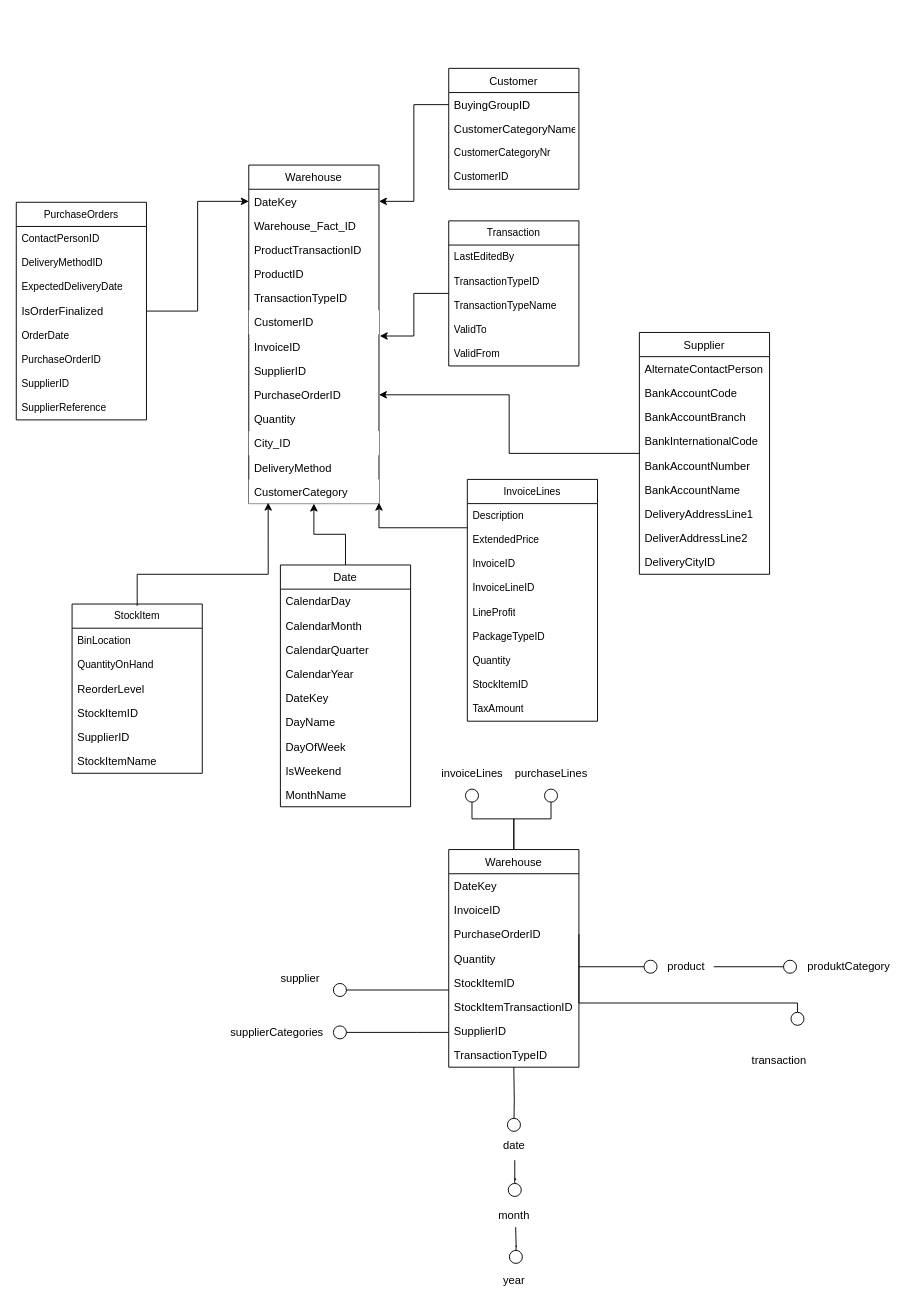
Lukas313/PR-DKE keeps this draw.io diagram as page "Lagerhaltung" (5 of 7) of Datenbankmodell_Abgabe_neu.drawio. Above is the earlier version. Source tidied: cells renumbered, new cells numbered last; positions are measured from the earlier drawing's top-left corner, leaving out a move shared by most shapes. Both pictures are drawn from the tidied source at 93%, with x=0, y=0 at pixel (16, 68).
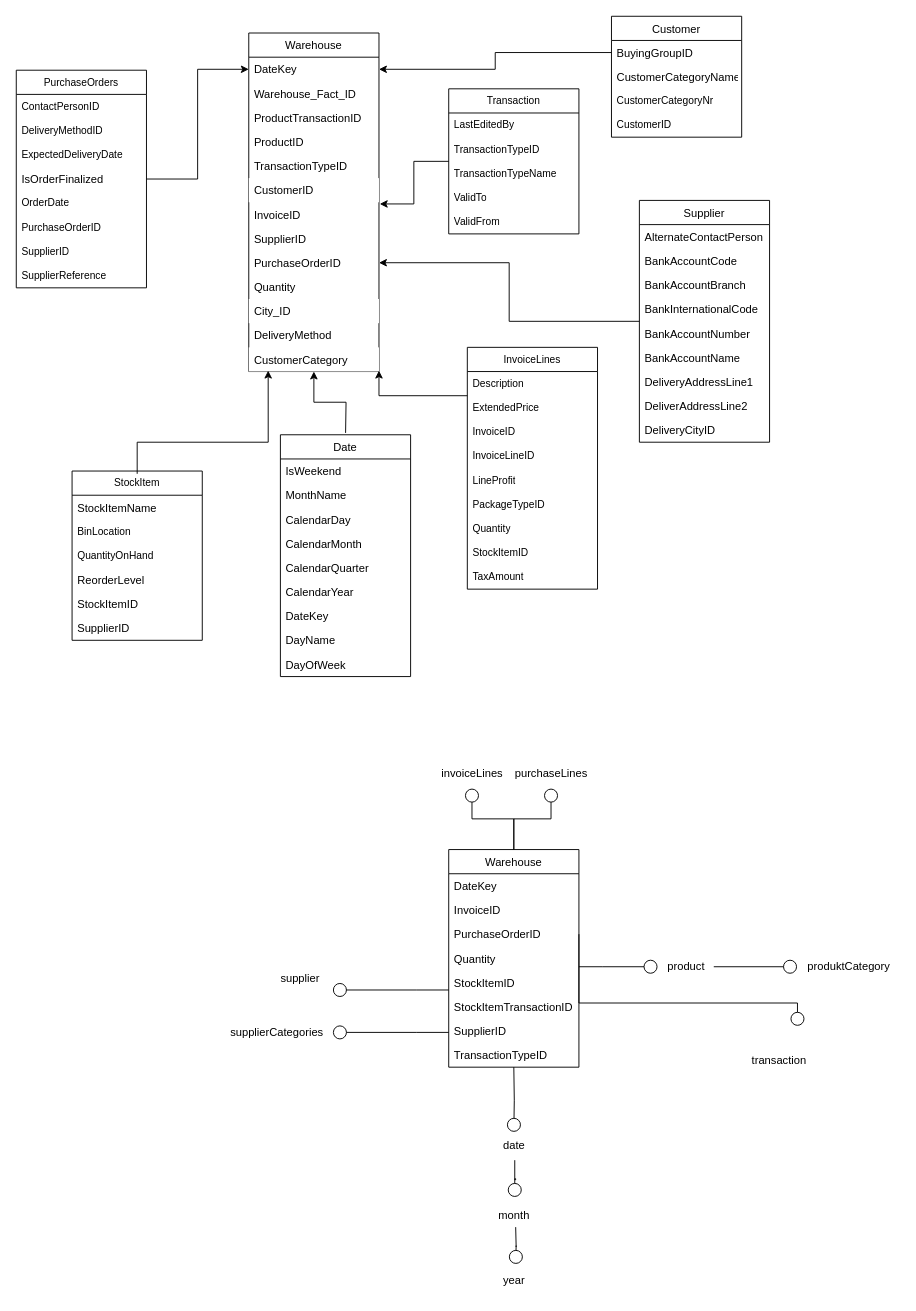
Above is the later version.

The change refers to these unchanged cells:
```xml
<mxCell id="20" value="CustomerCategory" style="text;strokeColor=none;fillColor=#FFFFFF;align=left;verticalAlign=top;spacingLeft=4;spacingRight=4;overflow=hidden;points=[[0,0.5],[1,0.5]];portConstraint=eastwest;" parent="7" vertex="1">
  <mxGeometry y="338" width="140" height="26" as="geometry" />
</mxCell>
```

What changed in the source:
```diff
@@
     <mxCell id="2" value="Customer" style="swimlane;fontStyle=0;horizontal=1;startSize=26;fillColor=none;" parent="1" vertex="1">
-      <mxGeometry x="465" width="140" height="130" as="geometry" />
+      <mxGeometry x="640" y="-56" width="140" height="130" as="geometry" />
     </mxCell>
@@
     <mxCell id="7" value="Warehouse" style="swimlane;fontStyle=0;horizontal=1;startSize=26;fillColor=none;" parent="1" vertex="1">
-      <mxGeometry x="250" y="104" width="140" height="364" as="geometry" />
+      <mxGeometry x="250" y="-38" width="140" height="364" as="geometry" />
     </mxCell>
@@
     <mxCell id="48" value="Transaction" style="swimlane;fontStyle=0;horizontal=1;startSize=26;fillColor=none;whiteSpace=wrap;html=1;fontFamily=Helvetica;fontSize=11;fontColor=default;" parent="1" vertex="1">
-      <mxGeometry x="465" y="164" width="140" height="156" as="geometry" />
+      <mxGeometry x="465" y="22" width="140" height="156" as="geometry" />
     </mxCell>
@@
     <mxCell id="55" value="PurchaseOrders" style="swimlane;fontStyle=0;horizontal=1;startSize=26;fillColor=none;whiteSpace=wrap;html=1;fontFamily=Helvetica;fontSize=11;fontColor=default;" parent="1" vertex="1">
-      <mxGeometry y="144" width="140" height="234" as="geometry" />
+      <mxGeometry y="2" width="140" height="234" as="geometry" />
     </mxCell>
@@
     <mxCell id="64" value="InvoiceLines" style="swimlane;fontStyle=0;horizontal=1;startSize=26;fillColor=none;whiteSpace=wrap;html=1;fontFamily=Helvetica;fontSize=11;fontColor=default;" parent="1" vertex="1">
-      <mxGeometry x="485" y="442" width="140" height="260" as="geometry" />
+      <mxGeometry x="485" y="300" width="140" height="260" as="geometry" />
     </mxCell>
@@
     <mxCell id="76" style="edgeStyle=orthogonalEdgeStyle;shape=connector;rounded=0;jettySize=auto;html=1;entryX=1;entryY=0.962;entryDx=0;entryDy=0;entryPerimeter=0;labelBackgroundColor=default;strokeColor=default;align=center;verticalAlign=middle;fontFamily=Helvetica;fontSize=11;fontColor=default;endArrow=classic;" parent="1" edge="1" source="64" target="20">
       <mxGeometry relative="1" as="geometry">
         <Array as="points">
-          <mxPoint x="390" y="494" />
+          <mxPoint x="390" y="352" />
         </Array>
       </mxGeometry>
     </mxCell>
     <mxCell id="77" style="edgeStyle=orthogonalEdgeStyle;shape=connector;rounded=0;jettySize=auto;html=1;entryX=0.149;entryY=0.962;entryDx=0;entryDy=0;entryPerimeter=0;labelBackgroundColor=default;strokeColor=default;align=center;verticalAlign=middle;fontFamily=Helvetica;fontSize=11;fontColor=default;endArrow=classic;" parent="1" edge="1" target="20">
       <mxGeometry relative="1" as="geometry">
-        <mxPoint x="130" y="578" as="sourcePoint" />
+        <mxPoint x="130" y="436" as="sourcePoint" />
         <Array as="points">
-          <mxPoint x="130" y="544" />
-          <mxPoint x="271" y="544" />
+          <mxPoint x="130" y="402" />
+          <mxPoint x="271" y="402" />
         </Array>
       </mxGeometry>
     </mxCell>
@@
-    <mxCell id="80" style="edgeStyle=orthogonalEdgeStyle;rounded=0;jettySize=auto;html=1;entryX=0.5;entryY=1;entryDx=0;entryDy=0;" parent="1" edge="1" source="81" target="7">
-      <mxGeometry relative="1" as="geometry" />
+    <mxCell id="80" style="edgeStyle=orthogonalEdgeStyle;rounded=0;jettySize=auto;html=1;entryX=0.5;entryY=1;entryDx=0;entryDy=0;" parent="1" edge="1" target="7">
+      <mxGeometry relative="1" as="geometry">
+        <mxPoint x="354.1" y="392" as="sourcePoint" />
+      </mxGeometry>
     </mxCell>
     <mxCell id="81" value="Date" style="swimlane;fontStyle=0;horizontal=1;startSize=26;fillColor=none;" parent="1" vertex="1">
-      <mxGeometry x="284" y="534" width="140" height="260" as="geometry" />
+      <mxGeometry x="284" y="394" width="140" height="260" as="geometry" />
     </mxCell>
+    <mxCell id="89" value="IsWeekend" style="text;strokeColor=none;fillColor=none;align=left;verticalAlign=top;spacingLeft=4;spacingRight=4;overflow=hidden;" parent="81" vertex="1">
+      <mxGeometry y="26" width="140" height="26" as="geometry" />
+    </mxCell>
+    <mxCell id="90" value="MonthName" style="text;strokeColor=none;fillColor=none;align=left;verticalAlign=top;spacingLeft=4;spacingRight=4;overflow=hidden;" parent="81" vertex="1">
+      <mxGeometry y="52" width="140" height="26" as="geometry" />
+    </mxCell>
     <mxCell id="82" value="CalendarDay" style="text;strokeColor=none;fillColor=none;align=left;verticalAlign=top;spacingLeft=4;spacingRight=4;overflow=hidden;" parent="81" vertex="1">
-      <mxGeometry y="26" width="140" height="26" as="geometry" />
+      <mxGeometry y="78" width="140" height="26" as="geometry" />
     </mxCell>
     <mxCell id="83" value="CalendarMonth" style="text;strokeColor=none;fillColor=none;align=left;verticalAlign=top;spacingLeft=4;spacingRight=4;overflow=hidden;" parent="81" vertex="1">
-      <mxGeometry y="52" width="140" height="26" as="geometry" />
+      <mxGeometry y="104" width="140" height="26" as="geometry" />
     </mxCell>
     <mxCell id="84" value="CalendarQuarter" style="text;strokeColor=none;fillColor=none;align=left;verticalAlign=top;spacingLeft=4;spacingRight=4;overflow=hidden;" parent="81" vertex="1">
-      <mxGeometry y="78" width="140" height="26" as="geometry" />
+      <mxGeometry y="130" width="140" height="26" as="geometry" />
     </mxCell>
     <mxCell id="85" value="CalendarYear" style="text;strokeColor=none;fillColor=none;align=left;verticalAlign=top;spacingLeft=4;spacingRight=4;overflow=hidden;" parent="81" vertex="1">
-      <mxGeometry y="104" width="140" height="26" as="geometry" />
+      <mxGeometry y="156" width="140" height="26" as="geometry" />
     </mxCell>
     <mxCell id="86" value="DateKey" style="text;strokeColor=none;fillColor=none;align=left;verticalAlign=top;spacingLeft=4;spacingRight=4;overflow=hidden;" parent="81" vertex="1">
-      <mxGeometry y="130" width="140" height="26" as="geometry" />
+      <mxGeometry y="182" width="140" height="26" as="geometry" />
     </mxCell>
     <mxCell id="87" value="DayName" style="text;strokeColor=none;fillColor=none;align=left;verticalAlign=top;spacingLeft=4;spacingRight=4;overflow=hidden;" parent="81" vertex="1">
-      <mxGeometry y="156" width="140" height="26" as="geometry" />
+      <mxGeometry y="208" width="140" height="26" as="geometry" />
     </mxCell>
     <mxCell id="88" value="DayOfWeek" style="text;strokeColor=none;fillColor=none;align=left;verticalAlign=top;spacingLeft=4;spacingRight=4;overflow=hidden;" parent="81" vertex="1">
-      <mxGeometry y="182" width="140" height="26" as="geometry" />
+      <mxGeometry y="234" width="140" height="26" as="geometry" />
     </mxCell>
-    <mxCell id="89" value="IsWeekend" style="text;strokeColor=none;fillColor=none;align=left;verticalAlign=top;spacingLeft=4;spacingRight=4;overflow=hidden;" parent="81" vertex="1">
-      <mxGeometry y="208" width="140" height="26" as="geometry" />
-    </mxCell>
-    <mxCell id="90" value="MonthName" style="text;strokeColor=none;fillColor=none;align=left;verticalAlign=top;spacingLeft=4;spacingRight=4;overflow=hidden;" parent="81" vertex="1">
-      <mxGeometry y="234" width="140" height="26" as="geometry" />
-    </mxCell>
@@
     <mxCell id="92" value="Supplier" style="swimlane;fontStyle=0;horizontal=1;startSize=26;fillColor=none;" parent="1" vertex="1">
-      <mxGeometry x="670" y="284" width="140" height="260" as="geometry" />
+      <mxGeometry x="670" y="142" width="140" height="260" as="geometry" />
     </mxCell>
@@
     <mxCell id="102" value="StockItem" style="swimlane;fontStyle=0;horizontal=1;startSize=26;fillColor=none;whiteSpace=wrap;html=1;fontFamily=Helvetica;fontSize=11;fontColor=default;" parent="1" vertex="1">
-      <mxGeometry x="60" y="576" width="140" height="182" as="geometry" />
+      <mxGeometry x="60" y="433" width="140" height="182" as="geometry" />
     </mxCell>
+    <mxCell id="108" value="StockItemName" style="text;strokeColor=none;fillColor=none;align=left;verticalAlign=top;spacingLeft=4;spacingRight=4;overflow=hidden;" parent="102" vertex="1">
+      <mxGeometry y="26" width="140" height="26" as="geometry" />
+    </mxCell>
     <mxCell id="103" value="BinLocation" style="text;strokeColor=none;fillColor=none;align=left;verticalAlign=top;spacingLeft=4;spacingRight=4;overflow=hidden;whiteSpace=wrap;html=1;fontSize=11;fontFamily=Helvetica;fontColor=default;" parent="102" vertex="1">
-      <mxGeometry y="26" width="140" height="26" as="geometry" />
+      <mxGeometry y="52" width="140" height="26" as="geometry" />
     </mxCell>
     <mxCell id="104" value="QuantityOnHand" style="text;strokeColor=none;fillColor=none;align=left;verticalAlign=top;spacingLeft=4;spacingRight=4;overflow=hidden;whiteSpace=wrap;html=1;fontSize=11;fontFamily=Helvetica;fontColor=default;" parent="102" vertex="1">
-      <mxGeometry y="52" width="140" height="26" as="geometry" />
+      <mxGeometry y="78" width="140" height="26" as="geometry" />
     </mxCell>
     <mxCell id="105" value="ReorderLevel" style="text;strokeColor=none;fillColor=none;align=left;verticalAlign=top;spacingLeft=4;spacingRight=4;overflow=hidden;" parent="102" vertex="1">
-      <mxGeometry y="78" width="140" height="26" as="geometry" />
+      <mxGeometry y="104" width="140" height="26" as="geometry" />
     </mxCell>
     <mxCell id="106" value="StockItemID" style="text;strokeColor=none;fillColor=none;align=left;verticalAlign=top;spacingLeft=4;spacingRight=4;overflow=hidden;" parent="102" vertex="1">
-      <mxGeometry y="104" width="140" height="26" as="geometry" />
+      <mxGeometry y="130" width="140" height="26" as="geometry" />
     </mxCell>
     <mxCell id="107" value="SupplierID" style="text;strokeColor=none;fillColor=none;align=left;verticalAlign=top;spacingLeft=4;spacingRight=4;overflow=hidden;" parent="102" vertex="1">
-      <mxGeometry y="130" width="140" height="26" as="geometry" />
+      <mxGeometry y="156" width="140" height="26" as="geometry" />
     </mxCell>
-    <mxCell id="108" value="StockItemName" style="text;strokeColor=none;fillColor=none;align=left;verticalAlign=top;spacingLeft=4;spacingRight=4;overflow=hidden;" parent="102" vertex="1">
-      <mxGeometry y="156" width="140" height="26" as="geometry" />
-    </mxCell>
```
